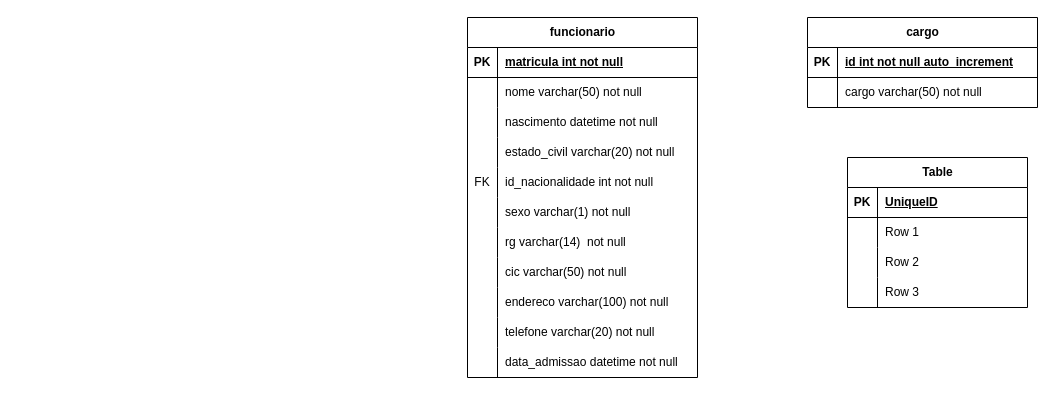
Before: Diagramas/Atividades/normalizacao.drawio in samueldelorenzi/BancoDeDadosI, a draw.io diagram. Source tidied: cells renumbered, new cells numbered last; positions are measured from the earlier drawing's top-left corner, leaving out a move shared by most shapes. Both pictures are drawn from the tidied source at 100%, with x=0, y=0 at pixel (467, 17).
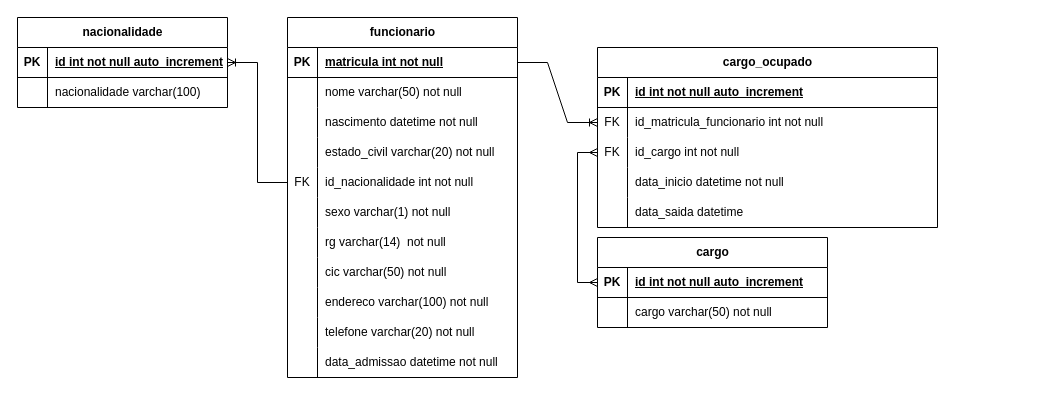
After the change.

The change refers to these unchanged cells:
```xml
<mxCell id="3" style="shape=tableRow;horizontal=0;startSize=0;swimlaneHead=0;swimlaneBody=0;fillColor=none;points=[[0,0.5],[1,0.5]];portConstraint=eastwest;top=0;left=0;right=0;bottom=1;" parent="2" vertex="1">
  <mxGeometry y="30" width="230" height="30" as="geometry" />
</mxCell>
<mxCell id="15" style="shape=tableRow;horizontal=0;startSize=0;swimlaneHead=0;swimlaneBody=0;fillColor=none;points=[[0,0.5],[1,0.5]];portConstraint=eastwest;top=0;left=0;right=0;bottom=0;" parent="2" vertex="1">
  <mxGeometry y="150" width="230" height="30" as="geometry" />
</mxCell>
<mxCell id="37" style="shape=tableRow;horizontal=0;startSize=0;swimlaneHead=0;swimlaneBody=0;fillColor=none;points=[[0,0.5],[1,0.5]];portConstraint=eastwest;top=0;left=0;right=0;bottom=1;" parent="36" vertex="1">
  <mxGeometry y="30" width="230" height="30" as="geometry" />
</mxCell>
```

Change to the diagram source:
```diff
@@
     <mxCell id="2" value="funcionario" style="shape=table;startSize=30;childLayout=tableLayout;rowLines=0;fontStyle=1;align=center;html=1;" parent="1" vertex="1">
-      <mxGeometry width="230" height="360" as="geometry" />
+      <mxGeometry x="-180" width="230" height="360" as="geometry" />
     </mxCell>
@@
     <mxCell id="36" value="cargo" style="shape=table;startSize=30;childLayout=tableLayout;rowLines=0;fontStyle=1;align=center;html=1;" parent="1" vertex="1">
-      <mxGeometry x="340" width="230" height="90" as="geometry" />
+      <mxGeometry x="130" y="220" width="230" height="90" as="geometry" />
     </mxCell>
@@
-    <mxCell id="43" value="Table" style="shape=table;startSize=30;childLayout=tableLayout;rowLines=0;fontStyle=1;align=center;html=1;" parent="1" vertex="1">
-      <mxGeometry x="380" y="140" width="180" height="150" as="geometry" />
+    <mxCell id="43" value="cargo_ocupado" style="shape=table;startSize=30;childLayout=tableLayout;rowLines=0;fontStyle=1;align=center;html=1;" parent="1" vertex="1">
+      <mxGeometry x="130" y="30" width="340" height="180" as="geometry" />
     </mxCell>
     <mxCell id="44" style="shape=tableRow;horizontal=0;startSize=0;swimlaneHead=0;swimlaneBody=0;fillColor=none;top=0;left=0;right=0;bottom=1;" parent="43" vertex="1">
-      <mxGeometry y="30" width="180" height="30" as="geometry" />
+      <mxGeometry y="30" width="340" height="30" as="geometry" />
     </mxCell>
@@
-    <mxCell id="46" value="UniqueID" style="shape=partialRectangle;fillColor=none;top=0;left=0;bottom=0;right=0;align=left;spacingLeft=6;fontStyle=5;overflow=hidden;whiteSpace=wrap;html=1;" parent="44" vertex="1">
-      <mxGeometry x="30" width="150" height="30" as="geometry" />
+    <mxCell id="46" value="id int not null auto_increment" style="shape=partialRectangle;fillColor=none;top=0;left=0;bottom=0;right=0;align=left;spacingLeft=6;fontStyle=5;overflow=hidden;whiteSpace=wrap;html=1;" parent="44" vertex="1">
+      <mxGeometry x="30" width="310" height="30" as="geometry" />
     </mxCell>
     <mxCell id="47" style="shape=tableRow;horizontal=0;startSize=0;swimlaneHead=0;swimlaneBody=0;fillColor=none;points=[[0,0.5],[1,0.5]];portConstraint=eastwest;top=0;left=0;right=0;bottom=0;" parent="43" vertex="1">
-      <mxGeometry y="60" width="180" height="30" as="geometry" />
+      <mxGeometry y="60" width="340" height="30" as="geometry" />
     </mxCell>
-    <mxCell id="48" style="shape=partialRectangle;fillColor=none;top=0;left=0;bottom=0;right=0;overflow=hidden;whiteSpace=wrap;html=1;" parent="47" vertex="1">
+    <mxCell id="48" value="FK" style="shape=partialRectangle;fillColor=none;top=0;left=0;bottom=0;right=0;overflow=hidden;whiteSpace=wrap;html=1;" parent="47" vertex="1">
       <mxGeometry width="30" height="30" as="geometry" />
     </mxCell>
-    <mxCell id="49" value="Row 1" style="shape=partialRectangle;fillColor=none;top=0;left=0;bottom=0;right=0;align=left;spacingLeft=6;overflow=hidden;whiteSpace=wrap;html=1;" parent="47" vertex="1">
-      <mxGeometry x="30" width="150" height="30" as="geometry" />
+    <mxCell id="49" value="id_matricula_funcionario int not null&amp;nbsp;" style="shape=partialRectangle;fillColor=none;top=0;left=0;bottom=0;right=0;align=left;spacingLeft=6;overflow=hidden;whiteSpace=wrap;html=1;" parent="47" vertex="1">
+      <mxGeometry x="30" width="310" height="30" as="geometry" />
     </mxCell>
     <mxCell id="50" style="shape=tableRow;horizontal=0;startSize=0;swimlaneHead=0;swimlaneBody=0;fillColor=none;points=[[0,0.5],[1,0.5]];portConstraint=eastwest;top=0;left=0;right=0;bottom=0;" parent="43" vertex="1">
-      <mxGeometry y="90" width="180" height="30" as="geometry" />
+      <mxGeometry y="90" width="340" height="30" as="geometry" />
     </mxCell>
-    <mxCell id="51" style="shape=partialRectangle;fillColor=none;top=0;left=0;bottom=0;right=0;overflow=hidden;whiteSpace=wrap;html=1;" parent="50" vertex="1">
+    <mxCell id="51" value="FK" style="shape=partialRectangle;fillColor=none;top=0;left=0;bottom=0;right=0;overflow=hidden;whiteSpace=wrap;html=1;" parent="50" vertex="1">
       <mxGeometry width="30" height="30" as="geometry" />
     </mxCell>
-    <mxCell id="52" value="Row 2" style="shape=partialRectangle;fillColor=none;top=0;left=0;bottom=0;right=0;align=left;spacingLeft=6;overflow=hidden;whiteSpace=wrap;html=1;" parent="50" vertex="1">
-      <mxGeometry x="30" width="150" height="30" as="geometry" />
+    <mxCell id="52" value="id_cargo int not null" style="shape=partialRectangle;fillColor=none;top=0;left=0;bottom=0;right=0;align=left;spacingLeft=6;overflow=hidden;whiteSpace=wrap;html=1;" parent="50" vertex="1">
+      <mxGeometry x="30" width="310" height="30" as="geometry" />
     </mxCell>
     <mxCell id="53" style="shape=tableRow;horizontal=0;startSize=0;swimlaneHead=0;swimlaneBody=0;fillColor=none;top=0;left=0;right=0;bottom=0;" parent="43" vertex="1">
-      <mxGeometry y="120" width="180" height="30" as="geometry" />
+      <mxGeometry y="120" width="340" height="30" as="geometry" />
     </mxCell>
@@
-    <mxCell id="55" value="Row 3" style="shape=partialRectangle;fillColor=none;top=0;left=0;bottom=0;right=0;align=left;spacingLeft=6;overflow=hidden;whiteSpace=wrap;html=1;" parent="53" vertex="1">
-      <mxGeometry x="30" width="150" height="30" as="geometry" />
+    <mxCell id="55" value="data_inicio datetime not null" style="shape=partialRectangle;fillColor=none;top=0;left=0;bottom=0;right=0;align=left;spacingLeft=6;overflow=hidden;whiteSpace=wrap;html=1;" parent="53" vertex="1">
+      <mxGeometry x="30" width="310" height="30" as="geometry" />
     </mxCell>
+    <mxCell id="56" style="shape=tableRow;horizontal=0;startSize=0;swimlaneHead=0;swimlaneBody=0;fillColor=none;top=0;left=0;right=0;bottom=0;" parent="43" vertex="1">
+      <mxGeometry y="150" width="340" height="30" as="geometry" />
+    </mxCell>
+    <mxCell id="57" style="shape=partialRectangle;fillColor=none;top=0;left=0;bottom=0;right=0;overflow=hidden;whiteSpace=wrap;html=1;" parent="56" vertex="1">
+      <mxGeometry width="30" height="30" as="geometry" />
+    </mxCell>
+    <mxCell id="58" value="data_saida datetime" style="shape=partialRectangle;fillColor=none;top=0;left=0;bottom=0;right=0;align=left;spacingLeft=6;overflow=hidden;whiteSpace=wrap;html=1;" parent="56" vertex="1">
+      <mxGeometry x="30" width="310" height="30" as="geometry" />
+    </mxCell>
+    <mxCell id="59" value="nacionalidade" style="shape=table;startSize=30;childLayout=tableLayout;rowLines=0;fontStyle=1;align=center;html=1;" parent="1" vertex="1">
+      <mxGeometry x="-450" width="210" height="90" as="geometry" />
+    </mxCell>
+    <mxCell id="60" style="shape=tableRow;horizontal=0;startSize=0;swimlaneHead=0;swimlaneBody=0;fillColor=none;points=[[0,0.5],[1,0.5]];portConstraint=eastwest;top=0;left=0;right=0;bottom=1;" parent="59" vertex="1">
+      <mxGeometry y="30" width="210" height="30" as="geometry" />
+    </mxCell>
+    <mxCell id="61" value="PK" style="shape=partialRectangle;fillColor=none;top=0;left=0;bottom=0;right=0;fontStyle=1;overflow=hidden;whiteSpace=wrap;html=1;" parent="60" vertex="1">
+      <mxGeometry width="30" height="30" as="geometry" />
+    </mxCell>
+    <mxCell id="62" value="id int not null auto_increment" style="shape=partialRectangle;fillColor=none;top=0;left=0;bottom=0;right=0;align=left;spacingLeft=6;fontStyle=5;overflow=hidden;whiteSpace=wrap;html=1;" parent="60" vertex="1">
+      <mxGeometry x="30" width="180" height="30" as="geometry" />
+    </mxCell>
+    <mxCell id="63" style="shape=tableRow;horizontal=0;startSize=0;swimlaneHead=0;swimlaneBody=0;fillColor=none;top=0;left=0;right=0;bottom=0;" parent="59" vertex="1">
+      <mxGeometry y="60" width="210" height="30" as="geometry" />
+    </mxCell>
+    <mxCell id="64" style="shape=partialRectangle;fillColor=none;top=0;left=0;bottom=0;right=0;overflow=hidden;whiteSpace=wrap;html=1;" parent="63" vertex="1">
+      <mxGeometry width="30" height="30" as="geometry" />
+    </mxCell>
+    <mxCell id="65" value="nacionalidade varchar(100)" style="shape=partialRectangle;fillColor=none;top=0;left=0;bottom=0;right=0;align=left;spacingLeft=6;overflow=hidden;whiteSpace=wrap;html=1;" parent="63" vertex="1">
+      <mxGeometry x="30" width="180" height="30" as="geometry" />
+    </mxCell>
+    <mxCell id="66" style="fontSize=12;html=1;endArrow=ERoneToMany;rounded=0;orthogonal=0;edgeStyle=orthogonalEdgeStyle;elbow=vertical;entryX=1;entryY=0.5;entryDx=0;entryDy=0;exitX=0;exitY=0.5;exitDx=0;exitDy=0;" parent="1" edge="1" source="15" target="60">
+      <mxGeometry relative="1" as="geometry">
+        <Array as="points">
+          <mxPoint x="-210" y="165" />
+          <mxPoint x="-210" y="45" />
+        </Array>
+      </mxGeometry>
+    </mxCell>
+    <mxCell id="67" style="fontSize=12;html=1;endArrow=ERmany;startArrow=ERmany;rounded=0;entryX=0;entryY=0.5;entryDx=0;entryDy=0;exitX=0;exitY=0.5;exitDx=0;exitDy=0;edgeStyle=elbowEdgeStyle;" parent="1" edge="1" source="50" target="37">
+      <mxGeometry relative="1" as="geometry">
+        <Array as="points">
+          <mxPoint x="110" y="200" />
+        </Array>
+      </mxGeometry>
+    </mxCell>
+    <mxCell id="68" style="edgeStyle=entityRelationEdgeStyle;fontSize=12;html=1;endArrow=ERoneToMany;rounded=0;entryX=0;entryY=0.5;entryDx=0;entryDy=0;exitX=1;exitY=0.5;exitDx=0;exitDy=0;" parent="1" edge="1" source="3" target="47">
+      <mxGeometry relative="1" as="geometry" />
+    </mxCell>
```
